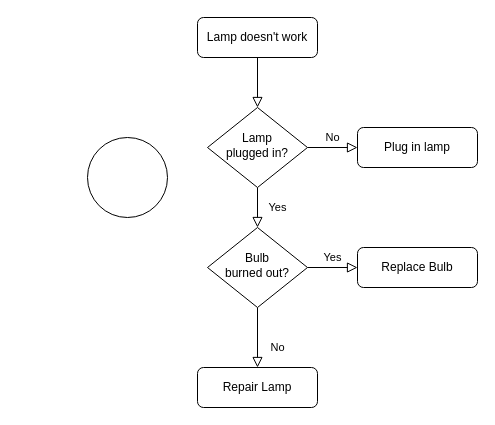
Before: Untitled Diagram.drawio in remigius974/FlutterApps, a draw.io diagram. Source tidied: cells renumbered, new cells numbered last; positions are measured from the earlier drawing's top-left corner, leaving out a move shared by most shapes. Both pictures are drawn from the tidied source at 100%, with x=0, y=0 at pixel (87, 17).
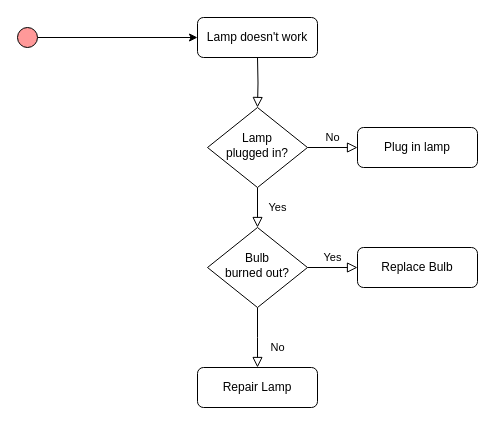
The same page after the edit.

Diff of the diagram source:
```diff
@@
 <mxGraphModel>
   <root>
     <mxCell id="0" />
     <mxCell id="1" parent="0" />
-    <mxCell id="2" style="rounded=0;html=1;jettySize=auto;fontSize=11;endArrow=block;endFill=0;endSize=8;strokeWidth=1;shadow=0;labelBackgroundColor=none;edgeStyle=orthogonalEdgeStyle;" parent="1" edge="1" source="3" target="6">
-      <mxGeometry relative="1" as="geometry" />
+    <mxCell id="2" style="rounded=0;html=1;jettySize=auto;fontSize=11;endArrow=block;endFill=0;endSize=8;strokeWidth=1;shadow=0;labelBackgroundColor=none;edgeStyle=orthogonalEdgeStyle;" parent="1" edge="1" target="6">
+      <mxGeometry relative="1" as="geometry">
+        <mxPoint x="170" y="40" as="sourcePoint" />
+      </mxGeometry>
     </mxCell>
     <mxCell id="3" value="Lamp doesn't work" style="rounded=1;whiteSpace=wrap;html=1;fontSize=12;glass=0;strokeWidth=1;shadow=0;" parent="1" vertex="1">
       <mxGeometry x="110" width="120" height="40" as="geometry" />
     </mxCell>
     <mxCell id="4" value="Yes" style="rounded=0;html=1;jettySize=auto;fontSize=11;endArrow=block;endFill=0;endSize=8;strokeWidth=1;shadow=0;labelBackgroundColor=none;edgeStyle=orthogonalEdgeStyle;" parent="1" edge="1" source="6" target="10">
       <mxGeometry y="20" relative="1" as="geometry" />
     </mxCell>
     <mxCell id="5" value="No" style="edgeStyle=orthogonalEdgeStyle;rounded=0;html=1;jettySize=auto;fontSize=11;endArrow=block;endFill=0;endSize=8;strokeWidth=1;shadow=0;labelBackgroundColor=none;" parent="1" edge="1" source="6" target="7">
       <mxGeometry y="10" relative="1" as="geometry" />
     </mxCell>
     <mxCell id="6" value="Lamp&lt;br&gt;plugged in?" style="rhombus;whiteSpace=wrap;html=1;shadow=0;fontFamily=Helvetica;fontSize=12;align=center;strokeWidth=1;spacing=6;spacingTop=-4;" parent="1" vertex="1">
       <mxGeometry x="120" y="90" width="100" height="80" as="geometry" />
     </mxCell>
     <mxCell id="7" value="Plug in lamp" style="rounded=1;whiteSpace=wrap;html=1;fontSize=12;glass=0;strokeWidth=1;shadow=0;" parent="1" vertex="1">
       <mxGeometry x="270" y="110" width="120" height="40" as="geometry" />
     </mxCell>
-    <mxCell id="8" value="No" style="rounded=0;html=1;jettySize=auto;fontSize=11;endArrow=block;endFill=0;endSize=8;strokeWidth=1;shadow=0;labelBackgroundColor=none;edgeStyle=orthogonalEdgeStyle;" parent="1" edge="1" source="10" target="11">
-      <mxGeometry x="0.33" y="20" relative="1" as="geometry" />
+    <mxCell id="8" value="No" style="rounded=0;html=1;jettySize=auto;fontSize=11;endArrow=block;endFill=0;endSize=8;strokeWidth=1;shadow=0;labelBackgroundColor=none;edgeStyle=orthogonalEdgeStyle;" parent="1" edge="1" source="10">
+      <mxGeometry x="0.33" y="20" relative="1" as="geometry">
+        <mxPoint x="170" y="350" as="targetPoint" />
+      </mxGeometry>
     </mxCell>
     <mxCell id="9" value="Yes" style="edgeStyle=orthogonalEdgeStyle;rounded=0;html=1;jettySize=auto;fontSize=11;endArrow=block;endFill=0;endSize=8;strokeWidth=1;shadow=0;labelBackgroundColor=none;" parent="1" edge="1" source="10" target="12">
       <mxGeometry y="10" relative="1" as="geometry" />
     </mxCell>
     <mxCell id="10" value="Bulb&lt;br&gt;burned out?" style="rhombus;whiteSpace=wrap;html=1;shadow=0;fontFamily=Helvetica;fontSize=12;align=center;strokeWidth=1;spacing=6;spacingTop=-4;" parent="1" vertex="1">
       <mxGeometry x="120" y="210" width="100" height="80" as="geometry" />
     </mxCell>
     <mxCell id="11" value="Repair Lamp" style="rounded=1;whiteSpace=wrap;html=1;fontSize=12;glass=0;strokeWidth=1;shadow=0;" parent="1" vertex="1">
       <mxGeometry x="110" y="350" width="120" height="40" as="geometry" />
     </mxCell>
     <mxCell id="12" value="Replace Bulb" style="rounded=1;whiteSpace=wrap;html=1;fontSize=12;glass=0;strokeWidth=1;shadow=0;" parent="1" vertex="1">
       <mxGeometry x="270" y="230" width="120" height="40" as="geometry" />
     </mxCell>
+    <mxCell id="14" style="edgeStyle=orthogonalEdgeStyle;rounded=0;jettySize=auto;html=1;entryX=0;entryY=0.5;entryDx=0;entryDy=0;" parent="1" edge="1" source="13" target="3">
+      <mxGeometry relative="1" as="geometry" />
+    </mxCell>
-    <mxCell id="13" style="ellipse;whiteSpace=wrap;html=1;" parent="1" vertex="1">
-      <mxGeometry y="120" width="80" height="80" as="geometry" />
+    <mxCell id="13" style="ellipse;whiteSpace=wrap;html=1;fillColor=#FF9999;" parent="1" vertex="1">
+      <mxGeometry x="-70" y="10" width="20" height="20" as="geometry" />
     </mxCell>
   </root>
 </mxGraphModel>
```
